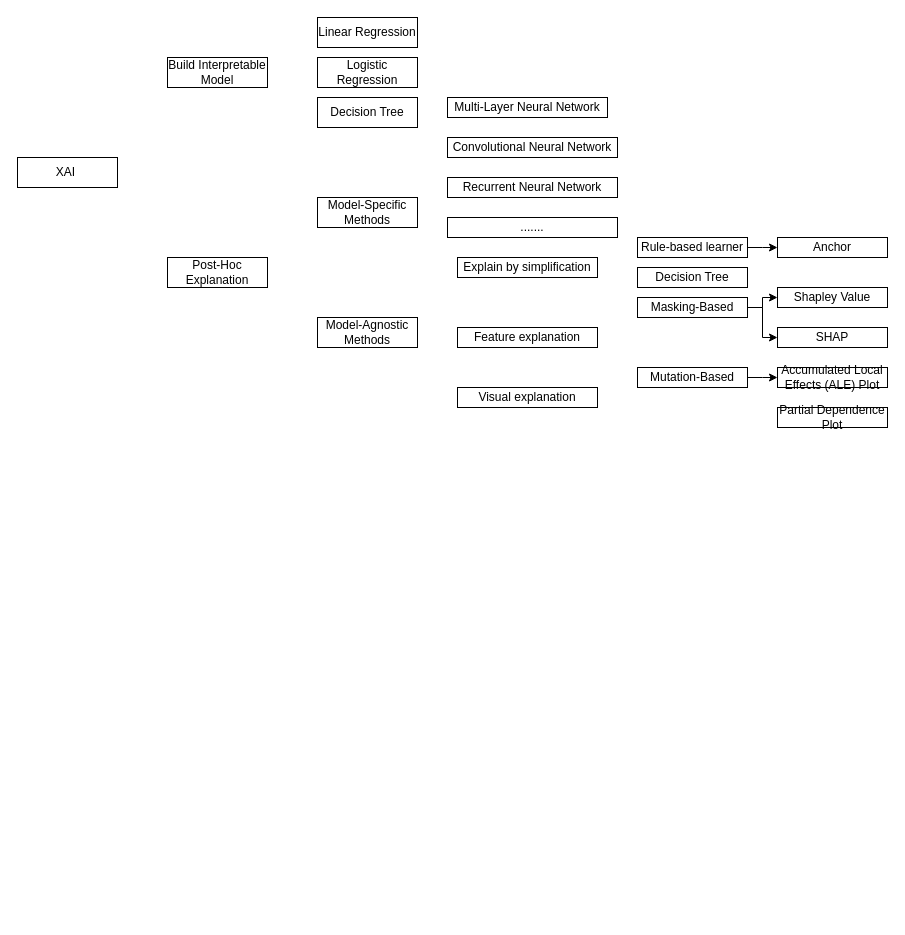
Before: XAI Taxonomy Tree.drawio in ZeruiW/XAI-Taxonomy, a draw.io diagram. Source tidied: cells renumbered, new cells numbered last; positions are measured from the earlier drawing's top-left corner, leaving out a move shared by most shapes. Both pictures are drawn from the tidied source at 100%, with x=0, y=0 at pixel (17, 17).
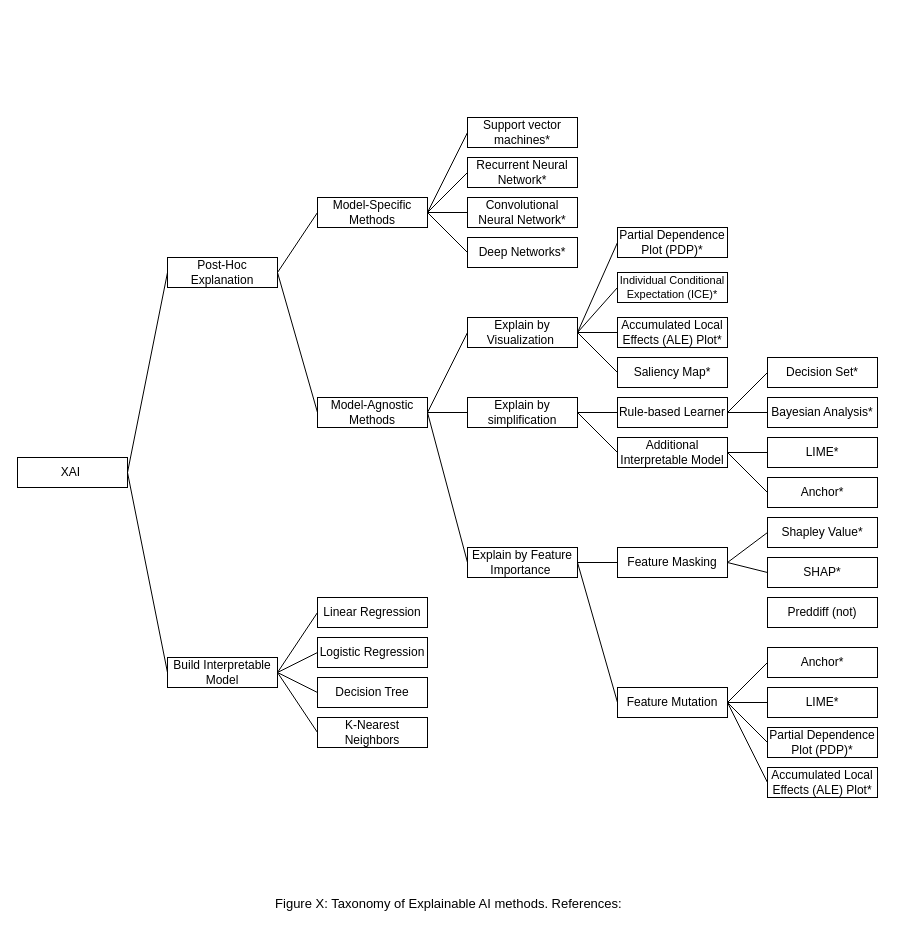
After the change.

Diff of the diagram source:
```diff
@@
     <mxCell id="2" value="XAI&amp;nbsp;" style="rounded=0;whiteSpace=wrap;html=1;" parent="1" vertex="1">
-      <mxGeometry y="140" width="100" height="30" as="geometry" />
+      <mxGeometry y="440" width="110" height="30" as="geometry" />
     </mxCell>
     <mxCell id="3" value="Post-Hoc Explanation" style="rounded=0;whiteSpace=wrap;html=1;" parent="1" vertex="1">
-      <mxGeometry x="150" y="240" width="100" height="30" as="geometry" />
+      <mxGeometry x="150" y="240" width="110" height="30" as="geometry" />
     </mxCell>
     <mxCell id="4" value="Model-Specific Methods" style="rounded=0;whiteSpace=wrap;html=1;" parent="1" vertex="1">
-      <mxGeometry x="300" y="180" width="100" height="30" as="geometry" />
+      <mxGeometry x="300" y="180" width="110" height="30" as="geometry" />
     </mxCell>
     <mxCell id="5" value="Build Interpretable Model" style="rounded=0;whiteSpace=wrap;html=1;" parent="1" vertex="1">
-      <mxGeometry x="150" y="40" width="100" height="30" as="geometry" />
+      <mxGeometry x="150" y="640" width="110" height="30" as="geometry" />
     </mxCell>
     <mxCell id="6" value="Model-Agnostic Methods" style="rounded=0;whiteSpace=wrap;html=1;" parent="1" vertex="1">
-      <mxGeometry x="300" y="300" width="100" height="30" as="geometry" />
+      <mxGeometry x="300" y="380" width="110" height="30" as="geometry" />
     </mxCell>
     <mxCell id="7" value="Explain by simplification" style="rounded=0;whiteSpace=wrap;html=1;" parent="1" vertex="1">
-      <mxGeometry x="440" y="240" width="140" height="20" as="geometry" />
+      <mxGeometry x="450" y="380" width="110" height="30" as="geometry" />
     </mxCell>
-    <mxCell id="8" value="Feature explanation" style="rounded=0;whiteSpace=wrap;html=1;" parent="1" vertex="1">
-      <mxGeometry x="440" y="310" width="140" height="20" as="geometry" />
+    <mxCell id="8" value="Explain by Feature Importance&amp;nbsp;" style="rounded=0;whiteSpace=wrap;html=1;" parent="1" vertex="1">
+      <mxGeometry x="450" y="530" width="110" height="30" as="geometry" />
     </mxCell>
-    <mxCell id="9" value="Visual explanation" style="rounded=0;whiteSpace=wrap;html=1;" parent="1" vertex="1">
-      <mxGeometry x="440" y="370" width="140" height="20" as="geometry" />
+    <mxCell id="9" value="Explain by Visualization&amp;nbsp;" style="rounded=0;whiteSpace=wrap;html=1;" parent="1" vertex="1">
+      <mxGeometry x="450" y="300" width="110" height="30" as="geometry" />
     </mxCell>
-    <mxCell id="10" value="Masking-Based" style="rounded=0;whiteSpace=wrap;html=1;" parent="1" vertex="1">
-      <mxGeometry x="620" y="280" width="110" height="20" as="geometry" />
+    <mxCell id="10" value="Feature Masking" style="rounded=0;whiteSpace=wrap;html=1;" parent="1" vertex="1">
+      <mxGeometry x="600" y="530" width="110" height="30" as="geometry" />
     </mxCell>
-    <mxCell id="11" value="Mutation-Based" style="rounded=0;whiteSpace=wrap;html=1;" parent="1" vertex="1">
-      <mxGeometry x="620" y="350" width="110" height="20" as="geometry" />
+    <mxCell id="11" value="Feature Mutation" style="rounded=0;whiteSpace=wrap;html=1;" parent="1" vertex="1">
+      <mxGeometry x="600" y="670" width="110" height="30" as="geometry" />
     </mxCell>
-    <mxCell id="12" value="Multi-Layer Neural Network" style="rounded=0;whiteSpace=wrap;html=1;" parent="1" vertex="1">
-      <mxGeometry x="430" y="80" width="160" height="20" as="geometry" />
-    </mxCell>
-    <mxCell id="13" value="Convolutional Neural Network" style="rounded=0;whiteSpace=wrap;html=1;" parent="1" vertex="1">
-      <mxGeometry x="430" y="120" width="170" height="20" as="geometry" />
-    </mxCell>
-    <mxCell id="14" value="Recurrent Neural Network" style="rounded=0;whiteSpace=wrap;html=1;" parent="1" vertex="1">
-      <mxGeometry x="430" y="160" width="170" height="20" as="geometry" />
-    </mxCell>
-    <mxCell id="15" value="......." style="rounded=0;whiteSpace=wrap;html=1;" parent="1" vertex="1">
-      <mxGeometry x="430" y="200" width="170" height="20" as="geometry" />
-    </mxCell>
-    <mxCell id="16" value="Anchor" style="rounded=0;whiteSpace=wrap;html=1;" parent="1" vertex="1">
-      <mxGeometry x="760" y="220" width="110" height="20" as="geometry" />
-    </mxCell>
-    <mxCell id="17" value="Shapley Value" style="rounded=0;whiteSpace=wrap;html=1;" parent="1" vertex="1">
-      <mxGeometry x="760" y="270" width="110" height="20" as="geometry" />
-    </mxCell>
-    <mxCell id="18" value="SHAP" style="rounded=0;whiteSpace=wrap;html=1;" parent="1" vertex="1">
-      <mxGeometry x="760" y="310" width="110" height="20" as="geometry" />
-    </mxCell>
-    <mxCell id="19" value="Accumulated Local Effects (ALE) Plot" style="rounded=0;whiteSpace=wrap;html=1;" parent="1" vertex="1">
-      <mxGeometry x="760" y="350" width="110" height="20" as="geometry" />
+    <mxCell id="19" value="Accumulated Local Effects (ALE) Plot*" style="rounded=0;whiteSpace=wrap;html=1;" parent="1" vertex="1">
+      <mxGeometry x="600" y="300" width="110" height="30" as="geometry" />
     </mxCell>
-    <mxCell id="20" value="Rule-based learner" style="rounded=0;whiteSpace=wrap;html=1;" parent="1" vertex="1">
-      <mxGeometry x="620" y="220" width="110" height="20" as="geometry" />
+    <mxCell id="20" value="Rule-based Learner" style="rounded=0;whiteSpace=wrap;html=1;" parent="1" vertex="1">
+      <mxGeometry x="600" y="380" width="110" height="30" as="geometry" />
     </mxCell>
-    <mxCell id="21" value="Decision Tree" style="rounded=0;whiteSpace=wrap;html=1;" parent="1" vertex="1">
-      <mxGeometry x="620" y="250" width="110" height="20" as="geometry" />
-    </mxCell>
-    <mxCell id="22" style="edgeStyle=elbowEdgeStyle;elbow=horizontal;endArrow=classic;html=1;rounded=0;exitX=1;exitY=0.5;exitDx=0;exitDy=0;" parent="1" edge="1" source="20">
-      <mxGeometry relative="1" as="geometry">
-        <mxPoint x="760" y="230" as="targetPoint" />
-      </mxGeometry>
-    </mxCell>
-    <mxCell id="23" style="edgeStyle=elbowEdgeStyle;elbow=horizontal;endArrow=classic;html=1;rounded=0;entryX=0;entryY=0.5;entryDx=0;entryDy=0;exitX=1;exitY=0.5;exitDx=0;exitDy=0;" parent="1" edge="1" source="10" target="17">
-      <mxGeometry relative="1" as="geometry" />
-    </mxCell>
-    <mxCell id="24" style="edgeStyle=elbowEdgeStyle;elbow=horizontal;endArrow=classic;html=1;rounded=0;entryX=0;entryY=0.5;entryDx=0;entryDy=0;exitX=1;exitY=0.5;exitDx=0;exitDy=0;" parent="1" edge="1" source="10" target="18">
-      <mxGeometry relative="1" as="geometry" />
-    </mxCell>
-    <mxCell id="25" style="edgeStyle=elbowEdgeStyle;elbow=horizontal;endArrow=classic;html=1;rounded=0;entryX=0;entryY=0.5;entryDx=0;entryDy=0;exitX=1;exitY=0.5;exitDx=0;exitDy=0;" parent="1" edge="1" source="11" target="19">
-      <mxGeometry relative="1" as="geometry" />
-    </mxCell>
-    <mxCell id="26" value="Partial Dependence Plot" style="rounded=0;whiteSpace=wrap;html=1;" parent="1" vertex="1">
-      <mxGeometry x="760" y="390" width="110" height="20" as="geometry" />
+    <mxCell id="26" value="Partial Dependence Plot (PDP)*" style="rounded=0;whiteSpace=wrap;html=1;" parent="1" vertex="1">
+      <mxGeometry x="600" y="210" width="110" height="30" as="geometry" />
     </mxCell>
     <mxCell id="27" value="Linear Regression" style="rounded=0;whiteSpace=wrap;html=1;" parent="1" vertex="1">
-      <mxGeometry x="300" width="100" height="30" as="geometry" />
+      <mxGeometry x="300" y="580" width="110" height="30" as="geometry" />
     </mxCell>
     <mxCell id="28" value="Decision Tree" style="rounded=0;whiteSpace=wrap;html=1;" parent="1" vertex="1">
-      <mxGeometry x="300" y="80" width="100" height="30" as="geometry" />
+      <mxGeometry x="300" y="660" width="110" height="30" as="geometry" />
     </mxCell>
     <mxCell id="29" value="Logistic Regression" style="rounded=0;whiteSpace=wrap;html=1;" parent="1" vertex="1">
-      <mxGeometry x="300" y="40" width="100" height="30" as="geometry" />
+      <mxGeometry x="300" y="620" width="110" height="30" as="geometry" />
     </mxCell>
+    <mxCell id="30" value="K-Nearest Neighbors" style="rounded=0;whiteSpace=wrap;html=1;" parent="1" vertex="1">
+      <mxGeometry x="300" y="700" width="110" height="30" as="geometry" />
+    </mxCell>
+    <mxCell id="31" value="Support vector machines*" style="rounded=0;whiteSpace=wrap;html=1;" parent="1" vertex="1">
+      <mxGeometry x="450" y="100" width="110" height="30" as="geometry" />
+    </mxCell>
+    <mxCell id="32" value="Recurrent Neural Network*" style="rounded=0;whiteSpace=wrap;html=1;" parent="1" vertex="1">
+      <mxGeometry x="450" y="140" width="110" height="30" as="geometry" />
+    </mxCell>
+    <mxCell id="33" value="Convolutional Neural Network*" style="rounded=0;whiteSpace=wrap;html=1;" parent="1" vertex="1">
+      <mxGeometry x="450" y="180" width="110" height="30" as="geometry" />
+    </mxCell>
+    <mxCell id="34" value="Deep Networks*" style="rounded=0;whiteSpace=wrap;html=1;" parent="1" vertex="1">
+      <mxGeometry x="450" y="220" width="110" height="30" as="geometry" />
+    </mxCell>
+    <mxCell id="35" value="Individual Conditional Expectation (ICE)*" style="rounded=0;whiteSpace=wrap;html=1;fontSize=11;" parent="1" vertex="1">
+      <mxGeometry x="600" y="255" width="110" height="30" as="geometry" />
+    </mxCell>
+    <mxCell id="36" value="Decision Set*" style="rounded=0;whiteSpace=wrap;html=1;" parent="1" vertex="1">
+      <mxGeometry x="750" y="340" width="110" height="30" as="geometry" />
+    </mxCell>
+    <mxCell id="37" value="Bayesian Analysis*" style="rounded=0;whiteSpace=wrap;html=1;" parent="1" vertex="1">
+      <mxGeometry x="750" y="380" width="110" height="30" as="geometry" />
+    </mxCell>
+    <mxCell id="38" value="Shapley Value*" style="rounded=0;whiteSpace=wrap;html=1;" parent="1" vertex="1">
+      <mxGeometry x="750" y="500" width="110" height="30" as="geometry" />
+    </mxCell>
+    <mxCell id="39" value="Saliency Map*" style="rounded=0;whiteSpace=wrap;html=1;" parent="1" vertex="1">
+      <mxGeometry x="600" y="340" width="110" height="30" as="geometry" />
+    </mxCell>
+    <mxCell id="40" value="Accumulated Local Effects (ALE) Plot*" style="rounded=0;whiteSpace=wrap;html=1;" parent="1" vertex="1">
+      <mxGeometry x="750" y="750" width="110" height="30" as="geometry" />
+    </mxCell>
+    <mxCell id="41" value="SHAP*" style="rounded=0;whiteSpace=wrap;html=1;" parent="1" vertex="1">
+      <mxGeometry x="750" y="540" width="110" height="30" as="geometry" />
+    </mxCell>
+    <mxCell id="42" value="Additional Interpretable Model" style="rounded=0;whiteSpace=wrap;html=1;" parent="1" vertex="1">
+      <mxGeometry x="600" y="420" width="110" height="30" as="geometry" />
+    </mxCell>
+    <mxCell id="43" value="LIME*" style="rounded=0;whiteSpace=wrap;html=1;" parent="1" vertex="1">
+      <mxGeometry x="750" y="420" width="110" height="30" as="geometry" />
+    </mxCell>
+    <mxCell id="44" value="Anchor*" style="rounded=0;whiteSpace=wrap;html=1;" parent="1" vertex="1">
+      <mxGeometry x="750" y="460" width="110" height="30" as="geometry" />
+    </mxCell>
+    <mxCell id="45" value="Preddiff (not)" style="rounded=0;whiteSpace=wrap;html=1;" parent="1" vertex="1">
+      <mxGeometry x="750" y="580" width="110" height="30" as="geometry" />
+    </mxCell>
+    <mxCell id="46" value="Partial Dependence Plot (PDP)*" style="rounded=0;whiteSpace=wrap;html=1;" parent="1" vertex="1">
+      <mxGeometry x="750" y="710" width="110" height="30" as="geometry" />
+    </mxCell>
+    <mxCell id="47" style="endArrow=none;html=1;fontFamily=Helvetica;fontSize=11;fontColor=default;entryX=0;entryY=0.5;entryDx=0;entryDy=0;exitX=1;exitY=0.5;exitDx=0;exitDy=0;" parent="1" edge="1" source="2" target="3">
+      <mxGeometry relative="1" as="geometry" />
+    </mxCell>
+    <mxCell id="48" style="endArrow=none;html=1;fontFamily=Helvetica;fontSize=11;fontColor=default;exitX=1;exitY=0.5;exitDx=0;exitDy=0;entryX=0;entryY=0.5;entryDx=0;entryDy=0;" parent="1" edge="1" source="2" target="5">
+      <mxGeometry relative="1" as="geometry" />
+    </mxCell>
+    <mxCell id="49" style="endArrow=none;html=1;fontFamily=Helvetica;fontSize=11;fontColor=default;entryX=0;entryY=0.5;entryDx=0;entryDy=0;exitX=1;exitY=0.5;exitDx=0;exitDy=0;" parent="1" edge="1" source="3" target="4">
+      <mxGeometry relative="1" as="geometry" />
+    </mxCell>
+    <mxCell id="50" style="endArrow=none;html=1;fontFamily=Helvetica;fontSize=11;fontColor=default;entryX=0;entryY=0.5;entryDx=0;entryDy=0;exitX=1;exitY=0.5;exitDx=0;exitDy=0;" parent="1" edge="1" source="3" target="6">
+      <mxGeometry relative="1" as="geometry" />
+    </mxCell>
+    <mxCell id="51" style="endArrow=none;html=1;fontFamily=Helvetica;fontSize=11;fontColor=default;entryX=0;entryY=0.5;entryDx=0;entryDy=0;exitX=1;exitY=0.5;exitDx=0;exitDy=0;" parent="1" edge="1" source="4" target="31">
+      <mxGeometry relative="1" as="geometry" />
+    </mxCell>
+    <mxCell id="52" style="endArrow=none;html=1;fontFamily=Helvetica;fontSize=11;fontColor=default;entryX=0;entryY=0.5;entryDx=0;entryDy=0;exitX=1;exitY=0.5;exitDx=0;exitDy=0;" parent="1" edge="1" source="4" target="32">
+      <mxGeometry relative="1" as="geometry" />
+    </mxCell>
+    <mxCell id="53" style="endArrow=none;html=1;fontFamily=Helvetica;fontSize=11;fontColor=default;entryX=0;entryY=0.5;entryDx=0;entryDy=0;exitX=1;exitY=0.5;exitDx=0;exitDy=0;" parent="1" edge="1" source="4" target="33">
+      <mxGeometry relative="1" as="geometry" />
+    </mxCell>
+    <mxCell id="54" style="endArrow=none;html=1;fontFamily=Helvetica;fontSize=11;fontColor=default;entryX=0;entryY=0.5;entryDx=0;entryDy=0;exitX=1;exitY=0.5;exitDx=0;exitDy=0;" parent="1" edge="1" source="4" target="34">
+      <mxGeometry relative="1" as="geometry" />
+    </mxCell>
+    <mxCell id="55" style="endArrow=none;html=1;fontFamily=Helvetica;fontSize=11;fontColor=default;entryX=0;entryY=0.5;entryDx=0;entryDy=0;exitX=1;exitY=0.5;exitDx=0;exitDy=0;" parent="1" edge="1" source="6" target="9">
+      <mxGeometry relative="1" as="geometry" />
+    </mxCell>
+    <mxCell id="56" style="endArrow=none;html=1;fontFamily=Helvetica;fontSize=11;fontColor=default;entryX=0;entryY=0.5;entryDx=0;entryDy=0;exitX=1;exitY=0.5;exitDx=0;exitDy=0;" parent="1" edge="1" source="6" target="7">
+      <mxGeometry relative="1" as="geometry" />
+    </mxCell>
+    <mxCell id="57" style="endArrow=none;html=1;fontFamily=Helvetica;fontSize=11;fontColor=default;entryX=0;entryY=0.5;entryDx=0;entryDy=0;exitX=1;exitY=0.5;exitDx=0;exitDy=0;" parent="1" edge="1" source="6" target="8">
+      <mxGeometry relative="1" as="geometry" />
+    </mxCell>
+    <mxCell id="58" style="endArrow=none;html=1;fontFamily=Helvetica;fontSize=11;fontColor=default;entryX=0;entryY=0.5;entryDx=0;entryDy=0;exitX=1;exitY=0.5;exitDx=0;exitDy=0;" parent="1" edge="1" source="5" target="27">
+      <mxGeometry relative="1" as="geometry" />
+    </mxCell>
+    <mxCell id="59" style="endArrow=none;html=1;fontFamily=Helvetica;fontSize=11;fontColor=default;entryX=0;entryY=0.5;entryDx=0;entryDy=0;exitX=1;exitY=0.5;exitDx=0;exitDy=0;" parent="1" edge="1" source="5" target="29">
+      <mxGeometry relative="1" as="geometry" />
+    </mxCell>
+    <mxCell id="60" style="endArrow=none;html=1;fontFamily=Helvetica;fontSize=11;fontColor=default;entryX=0;entryY=0.5;entryDx=0;entryDy=0;exitX=1;exitY=0.5;exitDx=0;exitDy=0;" parent="1" edge="1" source="5" target="28">
+      <mxGeometry relative="1" as="geometry" />
+    </mxCell>
+    <mxCell id="61" style="endArrow=none;html=1;fontFamily=Helvetica;fontSize=11;fontColor=default;entryX=0;entryY=0.5;entryDx=0;entryDy=0;exitX=1;exitY=0.5;exitDx=0;exitDy=0;" parent="1" edge="1" source="5" target="30">
+      <mxGeometry relative="1" as="geometry" />
+    </mxCell>
+    <mxCell id="62" style="endArrow=none;html=1;fontFamily=Helvetica;fontSize=11;fontColor=default;entryX=0;entryY=0.5;entryDx=0;entryDy=0;exitX=1;exitY=0.5;exitDx=0;exitDy=0;" parent="1" edge="1" source="9" target="26">
+      <mxGeometry relative="1" as="geometry" />
+    </mxCell>
+    <mxCell id="63" style="endArrow=none;html=1;fontFamily=Helvetica;fontSize=11;fontColor=default;entryX=0;entryY=0.5;entryDx=0;entryDy=0;exitX=1;exitY=0.5;exitDx=0;exitDy=0;" parent="1" edge="1" source="9" target="35">
+      <mxGeometry relative="1" as="geometry" />
+    </mxCell>
+    <mxCell id="64" style="endArrow=none;html=1;fontFamily=Helvetica;fontSize=11;fontColor=default;entryX=0;entryY=0.5;entryDx=0;entryDy=0;exitX=1;exitY=0.5;exitDx=0;exitDy=0;" parent="1" edge="1" source="9" target="19">
+      <mxGeometry relative="1" as="geometry" />
+    </mxCell>
+    <mxCell id="65" style="endArrow=none;html=1;fontFamily=Helvetica;fontSize=11;fontColor=default;entryX=0;entryY=0.5;entryDx=0;entryDy=0;exitX=1;exitY=0.5;exitDx=0;exitDy=0;" parent="1" edge="1" source="9" target="39">
+      <mxGeometry relative="1" as="geometry" />
+    </mxCell>
+    <mxCell id="66" style="endArrow=none;html=1;fontFamily=Helvetica;fontSize=11;fontColor=default;entryX=0;entryY=0.5;entryDx=0;entryDy=0;exitX=1;exitY=0.5;exitDx=0;exitDy=0;" parent="1" edge="1" source="7" target="20">
+      <mxGeometry relative="1" as="geometry" />
+    </mxCell>
+    <mxCell id="67" style="endArrow=none;html=1;fontFamily=Helvetica;fontSize=11;fontColor=default;entryX=0;entryY=0.5;entryDx=0;entryDy=0;exitX=1;exitY=0.5;exitDx=0;exitDy=0;" parent="1" edge="1" source="20" target="36">
+      <mxGeometry relative="1" as="geometry" />
+    </mxCell>
+    <mxCell id="68" style="endArrow=none;html=1;fontFamily=Helvetica;fontSize=11;fontColor=default;entryX=0;entryY=0.5;entryDx=0;entryDy=0;exitX=1;exitY=0.5;exitDx=0;exitDy=0;" parent="1" edge="1" source="20" target="37">
+      <mxGeometry relative="1" as="geometry" />
+    </mxCell>
+    <mxCell id="69" style="endArrow=none;html=1;fontFamily=Helvetica;fontSize=11;fontColor=default;entryX=0;entryY=0.5;entryDx=0;entryDy=0;exitX=1;exitY=0.5;exitDx=0;exitDy=0;" parent="1" edge="1" source="7" target="42">
+      <mxGeometry relative="1" as="geometry" />
+    </mxCell>
+    <mxCell id="70" style="endArrow=none;html=1;fontFamily=Helvetica;fontSize=11;fontColor=default;entryX=0;entryY=0.5;entryDx=0;entryDy=0;exitX=1;exitY=0.5;exitDx=0;exitDy=0;" parent="1" edge="1" source="42" target="43">
+      <mxGeometry relative="1" as="geometry" />
+    </mxCell>
+    <mxCell id="71" style="endArrow=none;html=1;fontFamily=Helvetica;fontSize=11;fontColor=default;entryX=0;entryY=0.5;entryDx=0;entryDy=0;exitX=1;exitY=0.5;exitDx=0;exitDy=0;" parent="1" edge="1" source="42" target="44">
+      <mxGeometry relative="1" as="geometry" />
+    </mxCell>
+    <mxCell id="72" style="endArrow=none;html=1;fontFamily=Helvetica;fontSize=11;fontColor=default;entryX=0;entryY=0.5;entryDx=0;entryDy=0;exitX=1;exitY=0.5;exitDx=0;exitDy=0;" parent="1" edge="1" source="8" target="10">
+      <mxGeometry relative="1" as="geometry" />
+    </mxCell>
+    <mxCell id="73" style="endArrow=none;html=1;fontFamily=Helvetica;fontSize=11;fontColor=default;entryX=0;entryY=0.5;entryDx=0;entryDy=0;exitX=1;exitY=0.5;exitDx=0;exitDy=0;" parent="1" edge="1" source="10" target="38">
+      <mxGeometry relative="1" as="geometry" />
+    </mxCell>
+    <mxCell id="74" style="endArrow=none;html=1;fontFamily=Helvetica;fontSize=11;fontColor=default;entryX=0;entryY=0.5;entryDx=0;entryDy=0;exitX=1;exitY=0.5;exitDx=0;exitDy=0;" parent="1" edge="1" source="10" target="41">
+      <mxGeometry relative="1" as="geometry" />
+    </mxCell>
+    <mxCell id="75" style="endArrow=none;html=1;fontFamily=Helvetica;fontSize=11;fontColor=default;entryX=0;entryY=0.5;entryDx=0;entryDy=0;exitX=1;exitY=0.5;exitDx=0;exitDy=0;" parent="1" edge="1" source="8" target="11">
+      <mxGeometry relative="1" as="geometry" />
+    </mxCell>
+    <mxCell id="76" style="endArrow=none;html=1;fontFamily=Helvetica;fontSize=11;fontColor=default;entryX=0;entryY=0.5;entryDx=0;entryDy=0;exitX=1;exitY=0.5;exitDx=0;exitDy=0;" parent="1" edge="1" source="11" target="40">
+      <mxGeometry relative="1" as="geometry" />
+    </mxCell>
+    <mxCell id="77" style="endArrow=none;html=1;fontFamily=Helvetica;fontSize=11;fontColor=default;entryX=0;entryY=0.5;entryDx=0;entryDy=0;exitX=1;exitY=0.5;exitDx=0;exitDy=0;" parent="1" edge="1" source="11" target="46">
+      <mxGeometry relative="1" as="geometry" />
+    </mxCell>
+    <mxCell id="78" value="Anchor*" style="rounded=0;whiteSpace=wrap;html=1;" parent="1" vertex="1">
+      <mxGeometry x="750" y="630" width="110" height="30" as="geometry" />
+    </mxCell>
+    <mxCell id="79" style="endArrow=none;html=1;fontFamily=Helvetica;fontSize=11;fontColor=default;exitX=0;exitY=0.5;exitDx=0;exitDy=0;" parent="1" edge="1" source="78">
+      <mxGeometry relative="1" as="geometry">
+        <mxPoint x="710" y="685" as="targetPoint" />
+      </mxGeometry>
+    </mxCell>
+    <mxCell id="80" value="LIME*" style="rounded=0;whiteSpace=wrap;html=1;" parent="1" vertex="1">
+      <mxGeometry x="750" y="670" width="110" height="30" as="geometry" />
+    </mxCell>
+    <mxCell id="81" style="endArrow=none;html=1;fontFamily=Helvetica;fontSize=11;fontColor=default;entryX=0;entryY=0.5;entryDx=0;entryDy=0;" parent="1" edge="1" target="80">
+      <mxGeometry relative="1" as="geometry">
+        <mxPoint x="710" y="685" as="sourcePoint" />
+      </mxGeometry>
+    </mxCell>
+    <mxCell id="82" value="&lt;font style=&quot;font-size: 13px&quot;&gt;Figure X: Taxonomy of Explainable AI methods. References:&amp;nbsp;&amp;nbsp;&lt;/font&gt;" style="text;html=1;strokeColor=none;fillColor=none;align=center;verticalAlign=middle;whiteSpace=wrap;rounded=0;fontFamily=Helvetica;fontSize=16;fontColor=default;" parent="1" vertex="1">
+      <mxGeometry x="190" y="870" width="490" height="30" as="geometry" />
+    </mxCell>
```
